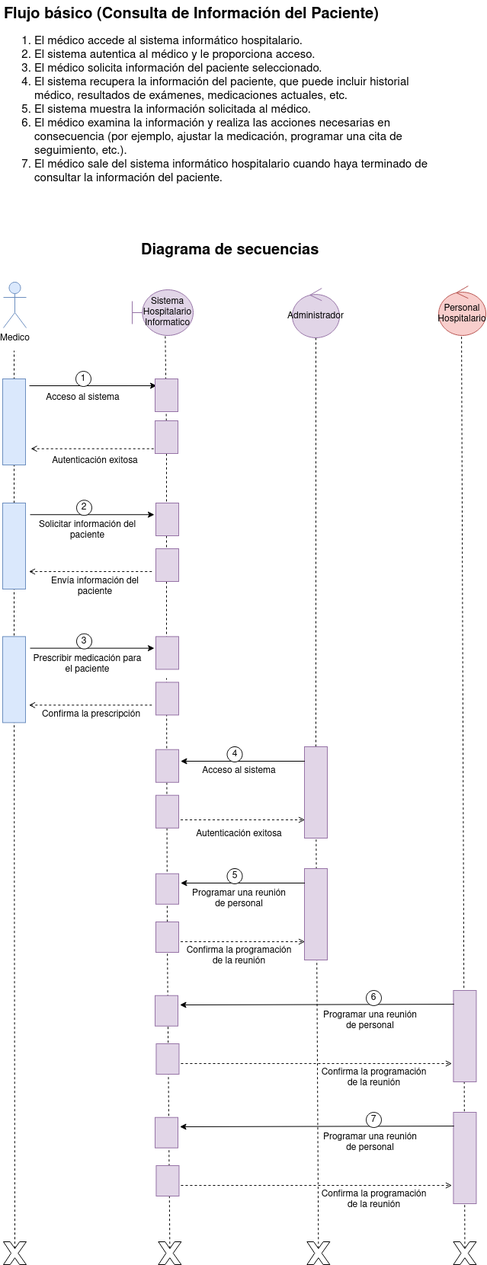
The draw.io diagram diagramas/diagra_secuencias_sistema_hospitalario.png in Chugani05/entorno_de_desarrollo, before a commit. Source tidied: cells renumbered, new cells last; positions are measured from the earlier drawing's top-left corner, leaving out a move shared by most shapes.
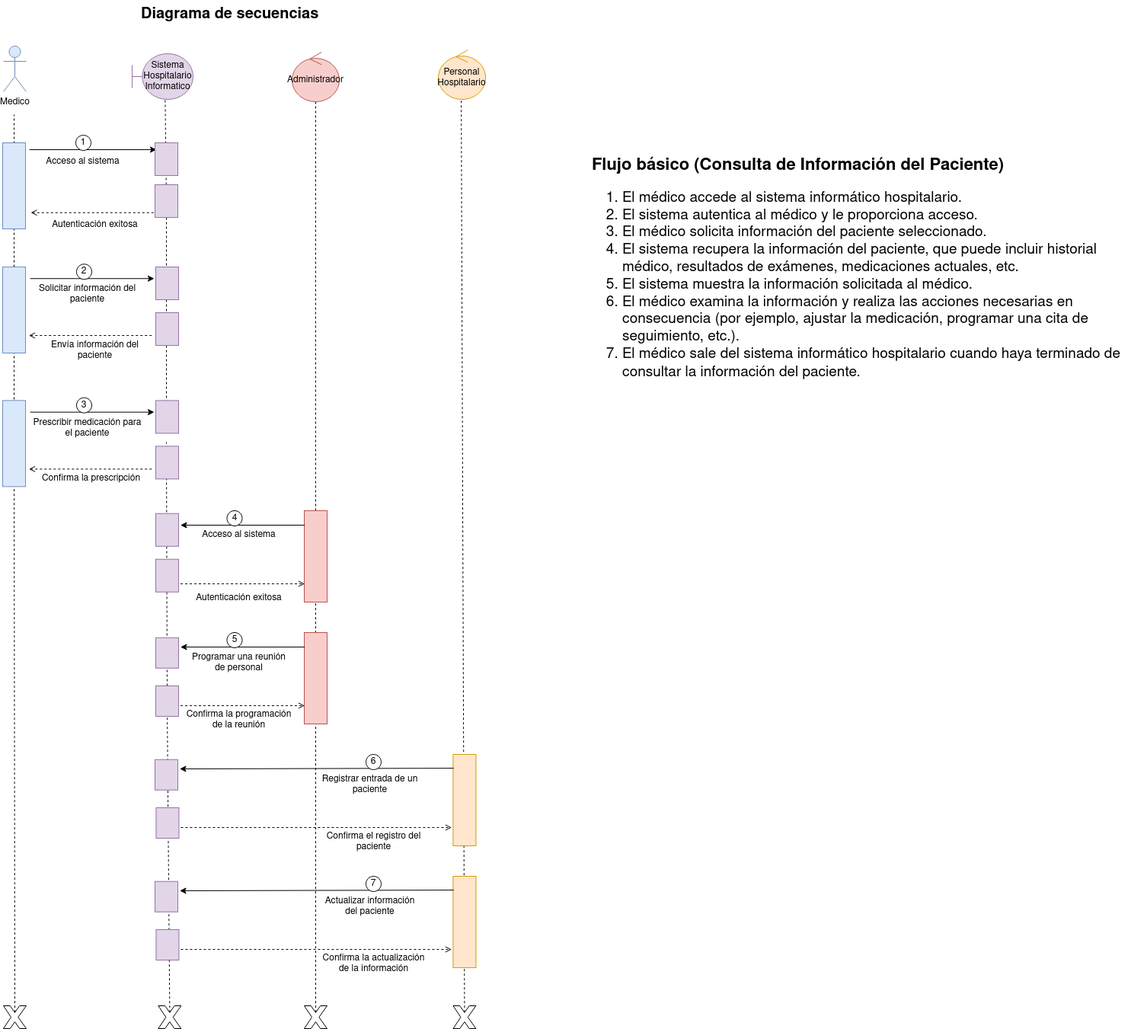
Later version of the same file.

The edit, as a diff of the source:
```diff
@@ -34,7 +34,7 @@
       <mxGeometry y="497" width="30" height="113" as="geometry" />
     </mxCell>
     <mxCell id="11" style="verticalLabelPosition=bottom;verticalAlign=top;html=1;shape=mxgraph.basic.x;" parent="1" vertex="1">
-      <mxGeometry x="399.4" y="1630" width="30" height="30" as="geometry" />
+      <mxGeometry x="396" y="1630" width="30" height="30" as="geometry" />
     </mxCell>
     <mxCell id="12" style="verticalLabelPosition=bottom;verticalAlign=top;html=1;shape=mxgraph.basic.x;" parent="1" vertex="1">
       <mxGeometry x="591.4" y="1630" width="30" height="30" as="geometry" />
@@ -47,7 +47,7 @@
         <mxPoint x="602.1" y="437.5" as="targetPoint" />
       </mxGeometry>
     </mxCell>
-    <mxCell id="15" value="Administrador" style="ellipse;shape=umlControl;whiteSpace=wrap;html=1;fillColor=#e1d5e7;strokeColor=#9673a6;" parent="1" vertex="1">
+    <mxCell id="15" value="Administrador" style="ellipse;shape=umlControl;whiteSpace=wrap;html=1;fillColor=#f8cecc;strokeColor=#b85450;" parent="1" vertex="1">
       <mxGeometry x="380" y="378" width="62" height="65" as="geometry" />
     </mxCell>
     <mxCell id="16" value="Sistema Hospitalario Informatico" style="shape=umlBoundary;whiteSpace=wrap;html=1;fillColor=#e1d5e7;strokeColor=#9673a6;" parent="1" vertex="1">
@@ -69,7 +69,7 @@
     <mxCell id="20" style="endArrow=none;dashed=1;html=1;rounded=0;exitX=0.5;exitY=0.29;exitDx=0;exitDy=0;exitPerimeter=0;" parent="1" edge="1" source="11" target="21">
       <mxGeometry relative="1" as="geometry" />
     </mxCell>
-    <mxCell id="21" style="rounded=0;whiteSpace=wrap;html=1;direction=south;fillColor=#e1d5e7;strokeColor=#9673a6;" parent="1" vertex="1">
+    <mxCell id="21" style="rounded=0;whiteSpace=wrap;html=1;direction=south;fillColor=#f8cecc;strokeColor=#b85450;" parent="1" vertex="1">
       <mxGeometry x="396" y="980" width="30" height="120" as="geometry" />
     </mxCell>
     <mxCell id="22" style="rounded=0;whiteSpace=wrap;html=1;direction=south;verticalAlign=top;fillColor=#e1d5e7;strokeColor=#9673a6;" parent="1" vertex="1">
@@ -84,11 +84,11 @@
     <mxCell id="25" style="endArrow=none;dashed=1;html=1;rounded=0;exitX=0.5;exitY=0.29;exitDx=0;exitDy=0;exitPerimeter=0;" parent="1" edge="1" source="6" target="41">
       <mxGeometry relative="1" as="geometry" />
     </mxCell>
-    <mxCell id="26" value="Personal Hospitalario" style="ellipse;shape=umlControl;whiteSpace=wrap;html=1;fillColor=#f8cecc;strokeColor=#b85450;" parent="1" vertex="1">
+    <mxCell id="26" value="Personal Hospitalario" style="ellipse;shape=umlControl;whiteSpace=wrap;html=1;fillColor=#ffe6cc;strokeColor=#d79b00;" parent="1" vertex="1">
       <mxGeometry x="572.1" y="375" width="62" height="65" as="geometry" />
     </mxCell>
-    <mxCell id="27" value="&lt;div style=&quot;font-size: 20px;&quot;&gt;&lt;font style=&quot;font-size: 20px;&quot;&gt;&lt;b&gt;&lt;font style=&quot;font-size: 20px;&quot;&gt;Flujo básico (Consulta de Información del Paciente)&lt;/font&gt;&lt;/b&gt;&lt;/font&gt;&lt;/div&gt;&lt;div style=&quot;font-size: 15px;&quot;&gt;&lt;ol&gt;&lt;li&gt;&lt;font style=&quot;font-size: 15px;&quot;&gt;El médico accede al sistema informático hospitalario.&lt;/font&gt;&lt;/li&gt;&lt;li&gt;&lt;font style=&quot;font-size: 15px;&quot;&gt;El sistema autentica al médico y le proporciona acceso.&lt;/font&gt;&lt;/li&gt;&lt;li&gt;&lt;font style=&quot;font-size: 15px;&quot;&gt;El médico solicita información del paciente seleccionado.&lt;/font&gt;&lt;/li&gt;&lt;li&gt;&lt;font style=&quot;font-size: 15px;&quot;&gt;El sistema recupera la información del paciente, que puede incluir historial médico, resultados de exámenes, medicaciones actuales, etc.&lt;/font&gt;&lt;/li&gt;&lt;li&gt;&lt;font style=&quot;font-size: 15px;&quot;&gt;El sistema muestra la información solicitada al médico.&lt;/font&gt;&lt;/li&gt;&lt;li&gt;&lt;font style=&quot;font-size: 15px;&quot;&gt;El médico examina la información y realiza las acciones necesarias en consecuencia (por ejemplo, ajustar la medicación, programar una cita de seguimiento, etc.).&lt;/font&gt;&lt;/li&gt;&lt;li&gt;&lt;font style=&quot;font-size: 15px;&quot;&gt;El médico sale del sistema informático hospitalario cuando haya terminado de consultar la información del paciente.&lt;br&gt;&lt;/font&gt;&lt;/li&gt;&lt;/ol&gt;&lt;/div&gt;" style="text;whiteSpace=wrap;html=1;" parent="1" vertex="1">
-      <mxGeometry width="560" height="210" as="geometry" />
+    <mxCell id="27" value="&lt;div style=&quot;font-size: 20px;&quot;&gt;&lt;font size=&quot;1&quot;&gt;&lt;b&gt;&lt;font style=&quot;font-size: 22px;&quot;&gt;Flujo básico (Consulta de Información del Paciente)&lt;/font&gt;&lt;/b&gt;&lt;/font&gt;&lt;/div&gt;&lt;div style=&quot;font-size: 19px;&quot;&gt;&lt;ol&gt;&lt;li&gt;&lt;font style=&quot;font-size: 19px;&quot;&gt;El médico accede al sistema informático hospitalario.&lt;/font&gt;&lt;/li&gt;&lt;li&gt;&lt;font style=&quot;font-size: 19px;&quot;&gt;El sistema autentica al médico y le proporciona acceso.&lt;/font&gt;&lt;/li&gt;&lt;li&gt;&lt;font style=&quot;font-size: 19px;&quot;&gt;El médico solicita información del paciente seleccionado.&lt;/font&gt;&lt;/li&gt;&lt;li&gt;&lt;font style=&quot;font-size: 19px;&quot;&gt;El sistema recupera la información del paciente, que puede incluir historial médico, resultados de exámenes, medicaciones actuales, etc.&lt;/font&gt;&lt;/li&gt;&lt;li&gt;&lt;font style=&quot;font-size: 19px;&quot;&gt;El sistema muestra la información solicitada al médico.&lt;/font&gt;&lt;/li&gt;&lt;li&gt;&lt;font style=&quot;font-size: 19px;&quot;&gt;El médico examina la información y realiza las acciones necesarias en consecuencia (por ejemplo, ajustar la medicación, programar una cita de seguimiento, etc.).&lt;/font&gt;&lt;/li&gt;&lt;li&gt;&lt;font style=&quot;font-size: 19px;&quot;&gt;El médico sale del sistema informático hospitalario cuando haya terminado de consultar la información del paciente.&lt;font style=&quot;font-size: 20px;&quot;&gt;&lt;br&gt;&lt;/font&gt;&lt;/font&gt;&lt;/li&gt;&lt;/ol&gt;&lt;/div&gt;" style="text;whiteSpace=wrap;html=1;" parent="1" vertex="1">
+      <mxGeometry x="772" y="507" width="730" height="293" as="geometry" />
     </mxCell>
     <mxCell id="28" value="&lt;b&gt;&lt;font style=&quot;font-size: 20px;&quot;&gt;Diagrama de secuencias&lt;/font&gt;&lt;/b&gt;" style="text;whiteSpace=wrap;html=1;" parent="1" vertex="1">
       <mxGeometry x="180" y="310" width="270" height="50" as="geometry" />
@@ -202,7 +202,7 @@
     <mxCell id="56" value="Autenticación exitosa" style="text;html=1;align=center;verticalAlign=middle;strokeColor=none;fillColor=none;" parent="1" vertex="1">
       <mxGeometry x="240" y="1080" width="140" height="30" as="geometry" />
     </mxCell>
-    <mxCell id="57" style="rounded=0;whiteSpace=wrap;html=1;direction=south;fillColor=#e1d5e7;strokeColor=#9673a6;" parent="1" vertex="1">
+    <mxCell id="57" style="rounded=0;whiteSpace=wrap;html=1;direction=south;fillColor=#f8cecc;strokeColor=#b85450;" parent="1" vertex="1">
       <mxGeometry x="396" y="1140" width="30" height="120" as="geometry" />
     </mxCell>
     <mxCell id="58" style="endArrow=none;html=1;rounded=0;entryX=0.15;entryY=1.067;entryDx=0;entryDy=0;entryPerimeter=0;startArrow=classic;startFill=1;endFill=0;" parent="1" edge="1">
@@ -232,7 +232,7 @@
     <mxCell id="64" style="rounded=0;whiteSpace=wrap;html=1;direction=south;verticalAlign=top;fillColor=#e1d5e7;strokeColor=#9673a6;" parent="1" vertex="1">
       <mxGeometry x="201.5" y="1370" width="30" height="40" as="geometry" />
     </mxCell>
-    <mxCell id="65" style="rounded=0;whiteSpace=wrap;html=1;direction=south;fillColor=#e1d5e7;strokeColor=#9673a6;" parent="1" vertex="1">
+    <mxCell id="65" style="rounded=0;whiteSpace=wrap;html=1;direction=south;fillColor=#ffe6cc;strokeColor=#d79b00;" parent="1" vertex="1">
       <mxGeometry x="591.5" y="1300" width="30" height="120" as="geometry" />
     </mxCell>
     <mxCell id="66" style="endArrow=none;html=1;rounded=0;entryX=0.151;entryY=0.972;entryDx=0;entryDy=0;entryPerimeter=0;startArrow=classic;startFill=1;endFill=0;" parent="1" edge="1" target="65">
@@ -248,11 +248,11 @@
         <mxPoint x="234" y="1396" as="sourcePoint" />
       </mxGeometry>
     </mxCell>
-    <mxCell id="69" value="&lt;div&gt;Programar una reunión&lt;/div&gt;&lt;div&gt;de personal&lt;/div&gt;" style="text;html=1;align=center;verticalAlign=middle;strokeColor=none;fillColor=none;" parent="1" vertex="1">
+    <mxCell id="69" value="&lt;div&gt;Registrar entrada de un&lt;/div&gt;&lt;div&gt;paciente&lt;/div&gt;" style="text;html=1;align=center;verticalAlign=middle;strokeColor=none;fillColor=none;" parent="1" vertex="1">
       <mxGeometry x="407" y="1320" width="150" height="40" as="geometry" />
     </mxCell>
-    <mxCell id="70" value="&lt;div&gt;Confirma la programación&lt;/div&gt;&lt;div&gt;de la reunión&lt;/div&gt;" style="text;html=1;align=center;verticalAlign=middle;strokeColor=none;fillColor=none;" parent="1" vertex="1">
-      <mxGeometry x="407" y="1395" width="160" height="40" as="geometry" />
+    <mxCell id="70" value="&lt;div&gt;Confirma el registro del&lt;/div&gt;&lt;div&gt;paciente&lt;/div&gt;" style="text;html=1;align=center;verticalAlign=middle;strokeColor=none;fillColor=none;" parent="1" vertex="1">
+      <mxGeometry x="412" y="1395" width="150" height="40" as="geometry" />
     </mxCell>
     <mxCell id="71" style="rounded=0;whiteSpace=wrap;html=1;direction=south;verticalAlign=top;fillColor=#e1d5e7;strokeColor=#9673a6;" parent="1" vertex="1">
       <mxGeometry x="200" y="1466.7" width="30" height="40" as="geometry" />
@@ -260,7 +260,7 @@
     <mxCell id="72" style="rounded=0;whiteSpace=wrap;html=1;direction=south;verticalAlign=top;fillColor=#e1d5e7;strokeColor=#9673a6;" parent="1" vertex="1">
       <mxGeometry x="201.5" y="1530" width="30" height="40" as="geometry" />
     </mxCell>
-    <mxCell id="73" style="rounded=0;whiteSpace=wrap;html=1;direction=south;fillColor=#e1d5e7;strokeColor=#9673a6;" parent="1" vertex="1">
+    <mxCell id="73" style="rounded=0;whiteSpace=wrap;html=1;direction=south;fillColor=#ffe6cc;strokeColor=#d79b00;" parent="1" vertex="1">
       <mxGeometry x="591.5" y="1460" width="30" height="120" as="geometry" />
     </mxCell>
     <mxCell id="74" style="endArrow=none;html=1;rounded=0;entryX=0.151;entryY=0.972;entryDx=0;entryDy=0;entryPerimeter=0;startArrow=classic;startFill=1;endFill=0;" parent="1" edge="1" target="73">
@@ -276,10 +276,10 @@
         <mxPoint x="234" y="1556" as="sourcePoint" />
       </mxGeometry>
     </mxCell>
-    <mxCell id="77" value="&lt;div&gt;Programar una reunión&lt;/div&gt;&lt;div&gt;de personal&lt;/div&gt;" style="text;html=1;align=center;verticalAlign=middle;strokeColor=none;fillColor=none;" parent="1" vertex="1">
-      <mxGeometry x="407" y="1480" width="150" height="40" as="geometry" />
+    <mxCell id="77" value="&lt;div&gt;Actualizar información&lt;/div&gt;&lt;div&gt;del paciente&lt;/div&gt;" style="text;html=1;align=center;verticalAlign=middle;strokeColor=none;fillColor=none;" parent="1" vertex="1">
+      <mxGeometry x="412" y="1480" width="140" height="40" as="geometry" />
     </mxCell>
-    <mxCell id="78" value="&lt;div&gt;Confirma la programación&lt;/div&gt;&lt;div&gt;de la reunión&lt;/div&gt;" style="text;html=1;align=center;verticalAlign=middle;strokeColor=none;fillColor=none;" parent="1" vertex="1">
+    <mxCell id="78" value="&lt;div&gt;Confirma la actualización&lt;/div&gt;&lt;div&gt;de la información&lt;/div&gt;" style="text;html=1;align=center;verticalAlign=middle;strokeColor=none;fillColor=none;" parent="1" vertex="1">
       <mxGeometry x="407" y="1555" width="160" height="40" as="geometry" />
     </mxCell>
   </root>
```
